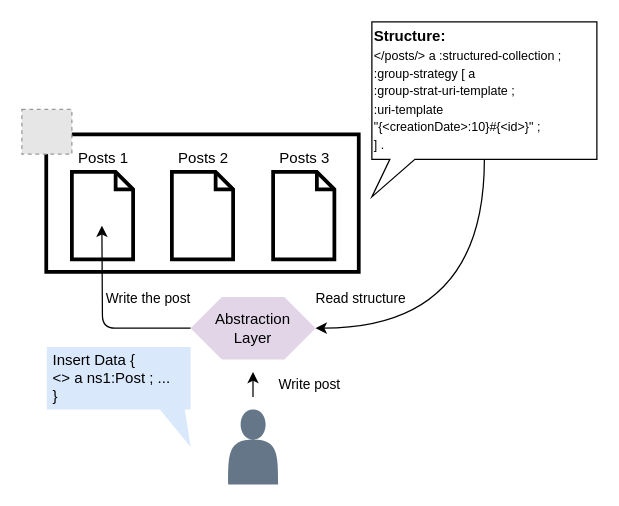
Before: page "descriptions" (2 of 2) of img/phd-symp-slides.drawio in jitsedesmet/sgf-demo-poster, a draw.io diagram. Source tidied: cells renumbered, new cells numbered last; positions are measured from the earlier drawing's top-left corner, leaving out a move shared by most shapes. Both pictures are drawn from the tidied source at 125%, with x=0, y=0 at pixel (21, 21). Pictures stored in the file or linked from it are replaced by grey dashed boxes.
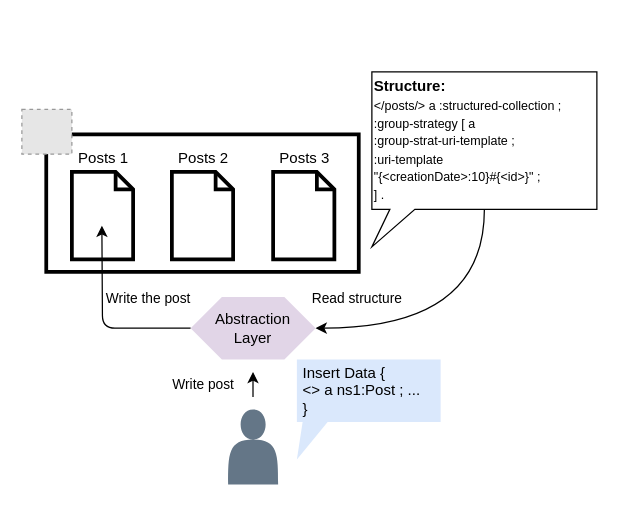
The same diagram, later.

Unchanged cells that the change refers to:
```xml
<mxCell id="7" style="edgeStyle=none;orthogonalLoop=1;jettySize=auto;html=1;rounded=0;" parent="1" edge="1">
  <mxGeometry relative="1" as="geometry">
    <mxPoint x="184.9" y="300" as="sourcePoint" />
    <mxPoint x="184.9" y="280" as="targetPoint" />
  </mxGeometry>
</mxCell>
```

Change to the diagram source:
```diff
@@
     <mxCell id="8" value="Write post" style="edgeLabel;html=1;align=center;verticalAlign=middle;fontColor=default;labelBackgroundColor=none;" parent="7" vertex="1">
       <mxGeometry x="0.16" y="1" relative="1" as="geometry">
-        <mxPoint x="46" y="1" as="offset" />
+        <mxPoint x="-39" y="1" as="offset" />
       </mxGeometry>
     </mxCell>
@@
-    <mxCell id="13" value="&lt;div align=&quot;left&quot;&gt;Insert Data {&lt;/div&gt;&lt;div align=&quot;left&quot;&gt;&amp;lt;&amp;gt; a ns1:Post ; ...&lt;br&gt;}&lt;/div&gt;" style="shape=callout;whiteSpace=wrap;html=1;perimeter=calloutPerimeter;flipV=0;flipH=1;position2=0;size=30;position=0.04;align=left;fillColor=#dae8fc;strokeColor=none;spacing=5;" parent="1" vertex="1">
-      <mxGeometry x="20" y="260" width="115" height="80" as="geometry" />
+    <mxCell id="13" value="&lt;div align=&quot;left&quot;&gt;Insert Data {&lt;/div&gt;&lt;div align=&quot;left&quot;&gt;&amp;lt;&amp;gt; a ns1:Post ; ...&lt;br&gt;}&lt;/div&gt;" style="shape=callout;whiteSpace=wrap;html=1;perimeter=calloutPerimeter;flipV=0;flipH=0;position2=0;size=30;position=0.04;align=left;fillColor=#dae8fc;strokeColor=none;spacing=5;" parent="1" vertex="1">
+      <mxGeometry x="220" y="270" width="115" height="80" as="geometry" />
     </mxCell>
     <mxCell id="14" value="&lt;div align=&quot;left&quot;&gt;&lt;b&gt;Structure:&lt;br&gt;&lt;/b&gt;&lt;font style=&quot;font-size: 10px;&quot;&gt;&amp;lt;/posts/&amp;gt; a :structured-collection ;&lt;br&gt;:group-strategy [ a&lt;br&gt;:group-strat-uri-template ;&lt;/font&gt;&lt;/div&gt;&lt;div align=&quot;left&quot;&gt;&lt;font style=&quot;font-size: 10px;&quot;&gt;:uri-template&lt;br&gt;&quot;{&amp;lt;creationDate&amp;gt;:10}#{&amp;lt;id&amp;gt;}&quot; ;&lt;/font&gt;&lt;/div&gt;&lt;div align=&quot;left&quot;&gt;&lt;font style=&quot;font-size: 10px;&quot;&gt;] .&lt;/font&gt;&lt;/div&gt;" style="shape=callout;whiteSpace=wrap;html=1;perimeter=calloutPerimeter;position2=0;size=30;position=0.08;align=left;" parent="1" vertex="1">
-      <mxGeometry x="280" width="180" height="140" as="geometry" />
+      <mxGeometry x="280" y="40" width="180" height="140" as="geometry" />
     </mxCell>
```
